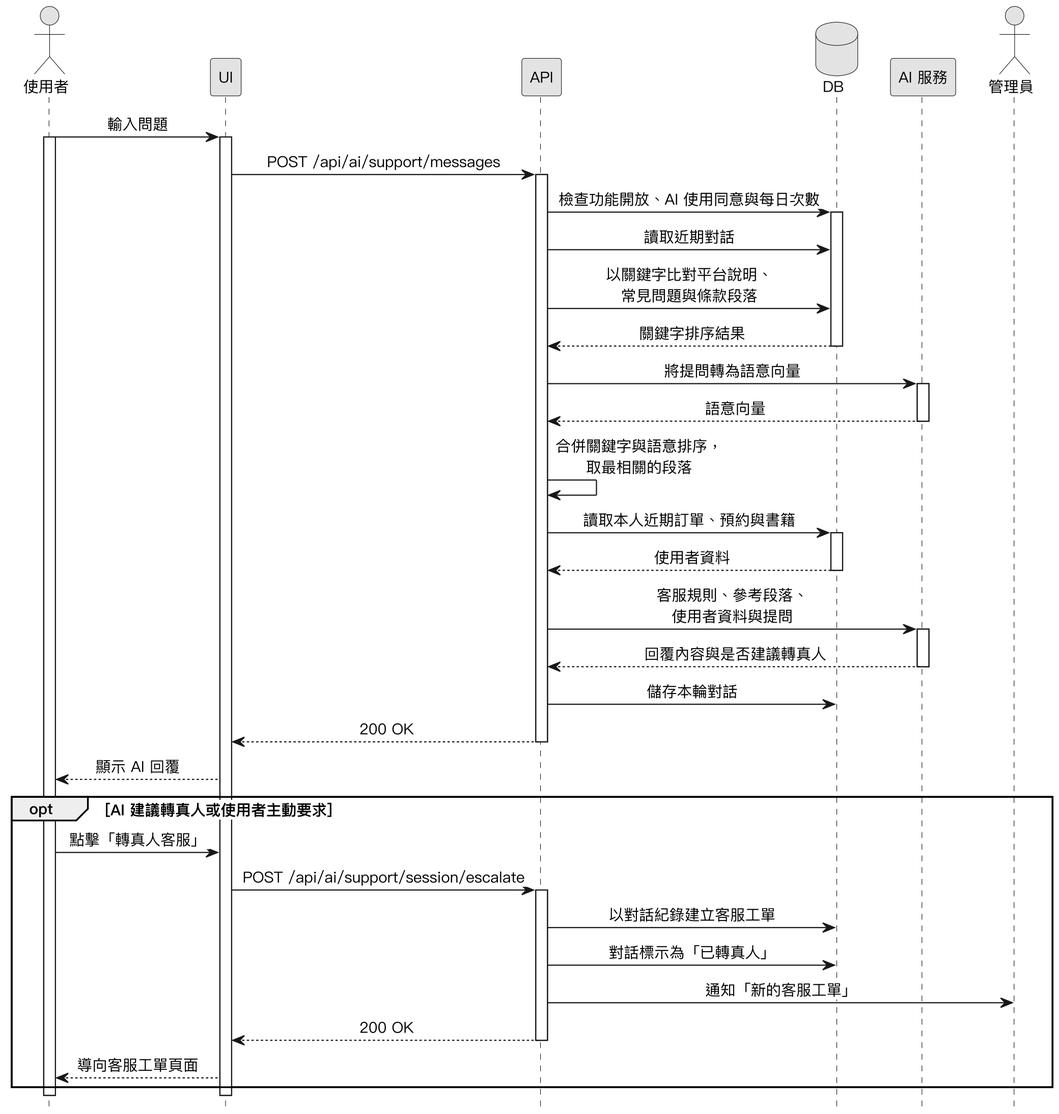
The PlantUML diagram Diagrams/Sequence Diagrams/v3/seq_ai_support.png in SaveMyBook/SaveMyBook, before a commit. Its diagram source:
```plantuml
@startuml
skinparam monochrome true
skinparam shadowing false
skinparam dpi 220
skinparam defaultFontName "PingFang TC"
skinparam defaultFontSize 13
skinparam sequenceMessageAlign center
skinparam ParticipantPadding 18
hide footbox

actor 使用者
participant UI
participant API
database DB
participant "AI 服務" as AI
actor 管理員

使用者 -> UI : 輸入問題
activate 使用者
activate UI
UI -> API : POST /api/ai/support/messages
activate API
API -> DB : 檢查功能開放、AI 使用同意與每日次數
activate DB
API -> DB : 讀取近期對話
API -> DB : 以關鍵字比對平台說明、\n常見問題與條款段落
DB --> API : 關鍵字排序結果
deactivate DB
API -> AI : 將提問轉為語意向量
activate AI
AI --> API : 語意向量
deactivate AI
API -> API : 合併關鍵字與語意排序，\n取最相關的段落
API -> DB : 讀取本人近期訂單、預約與書籍
activate DB
DB --> API : 使用者資料
deactivate DB
API -> AI : 客服規則、參考段落、\n使用者資料與提問
activate AI
AI --> API : 回覆內容與是否建議轉真人
deactivate AI
API -> DB : 儲存本輪對話
API --> UI : 200 OK
deactivate API
UI --> 使用者 : 顯示 AI 回覆

opt AI 建議轉真人或使用者主動要求
  使用者 -> UI : 點擊「轉真人客服」
  UI -> API : POST /api/ai/support/session/escalate
  activate API
  API -> DB : 以對話紀錄建立客服工單
  API -> DB : 對話標示為「已轉真人」
  API -> 管理員 : 通知「新的客服工單」
  API --> UI : 200 OK
  deactivate API
  UI --> 使用者 : 導向客服工單頁面
end
deactivate UI
deactivate 使用者
@enduml
```
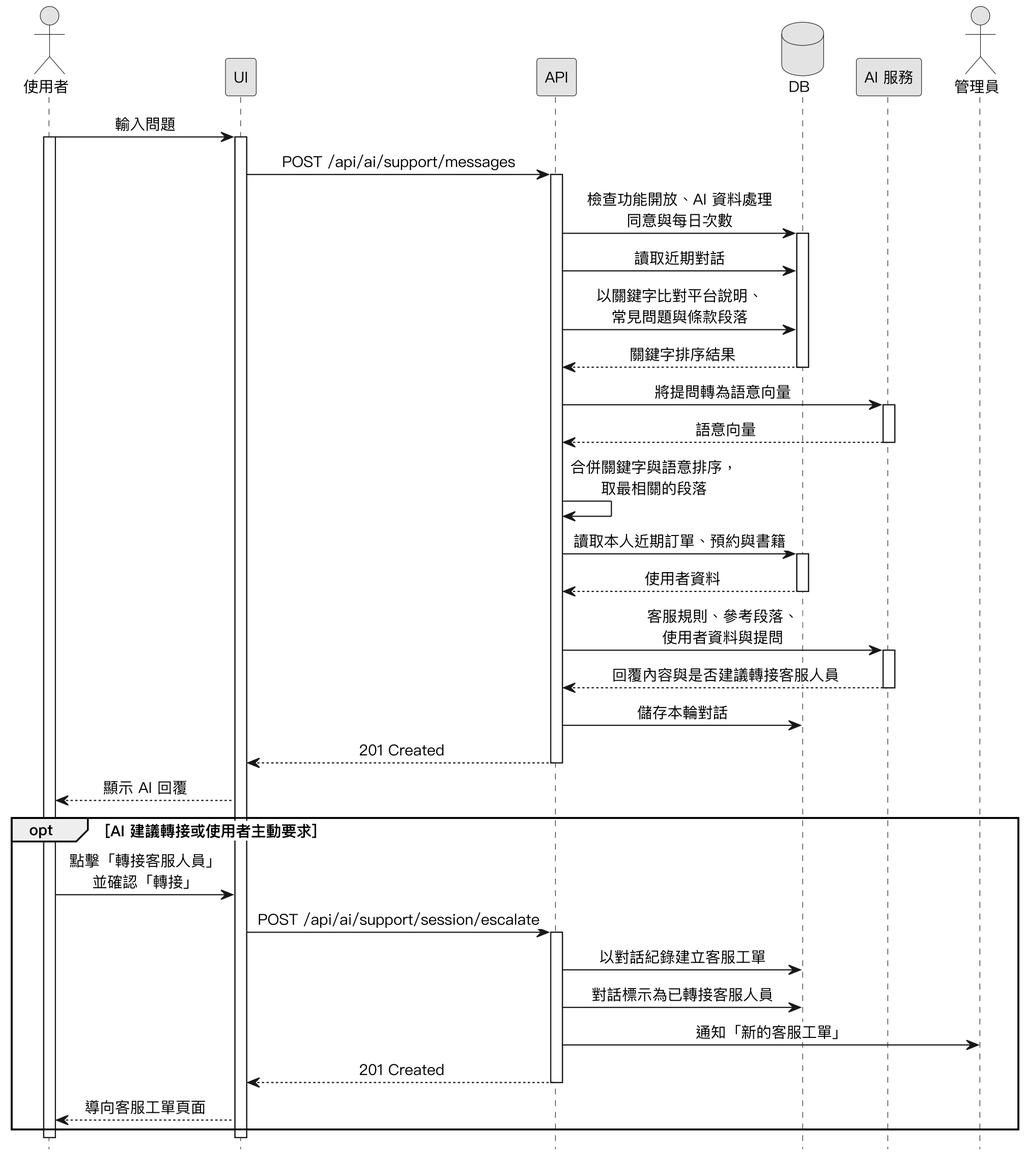
Later version of the same file.

Change to the diagram source:
```diff
@@ -20,7 +20,7 @@
 activate UI
 UI -> API : POST /api/ai/support/messages
 activate API
-API -> DB : 檢查功能開放、AI 使用同意與每日次數
+API -> DB : 檢查功能開放、AI 資料處理\n同意與每日次數
 activate DB
 API -> DB : 讀取近期對話
 API -> DB : 以關鍵字比對平台說明、\n常見問題與條款段落
@@ -37,21 +37,21 @@
 deactivate DB
 API -> AI : 客服規則、參考段落、\n使用者資料與提問
 activate AI
-AI --> API : 回覆內容與是否建議轉真人
+AI --> API : 回覆內容與是否建議轉接客服人員
 deactivate AI
 API -> DB : 儲存本輪對話
-API --> UI : 200 OK
+API --> UI : 201 Created
 deactivate API
 UI --> 使用者 : 顯示 AI 回覆
 
-opt AI 建議轉真人或使用者主動要求
-  使用者 -> UI : 點擊「轉真人客服」
+opt AI 建議轉接或使用者主動要求
+  使用者 -> UI : 點擊「轉接客服人員」\n並確認「轉接」
   UI -> API : POST /api/ai/support/session/escalate
   activate API
   API -> DB : 以對話紀錄建立客服工單
-  API -> DB : 對話標示為「已轉真人」
+  API -> DB : 對話標示為已轉接客服人員
   API -> 管理員 : 通知「新的客服工單」
-  API --> UI : 200 OK
+  API --> UI : 201 Created
   deactivate API
   UI --> 使用者 : 導向客服工單頁面
 end
```
